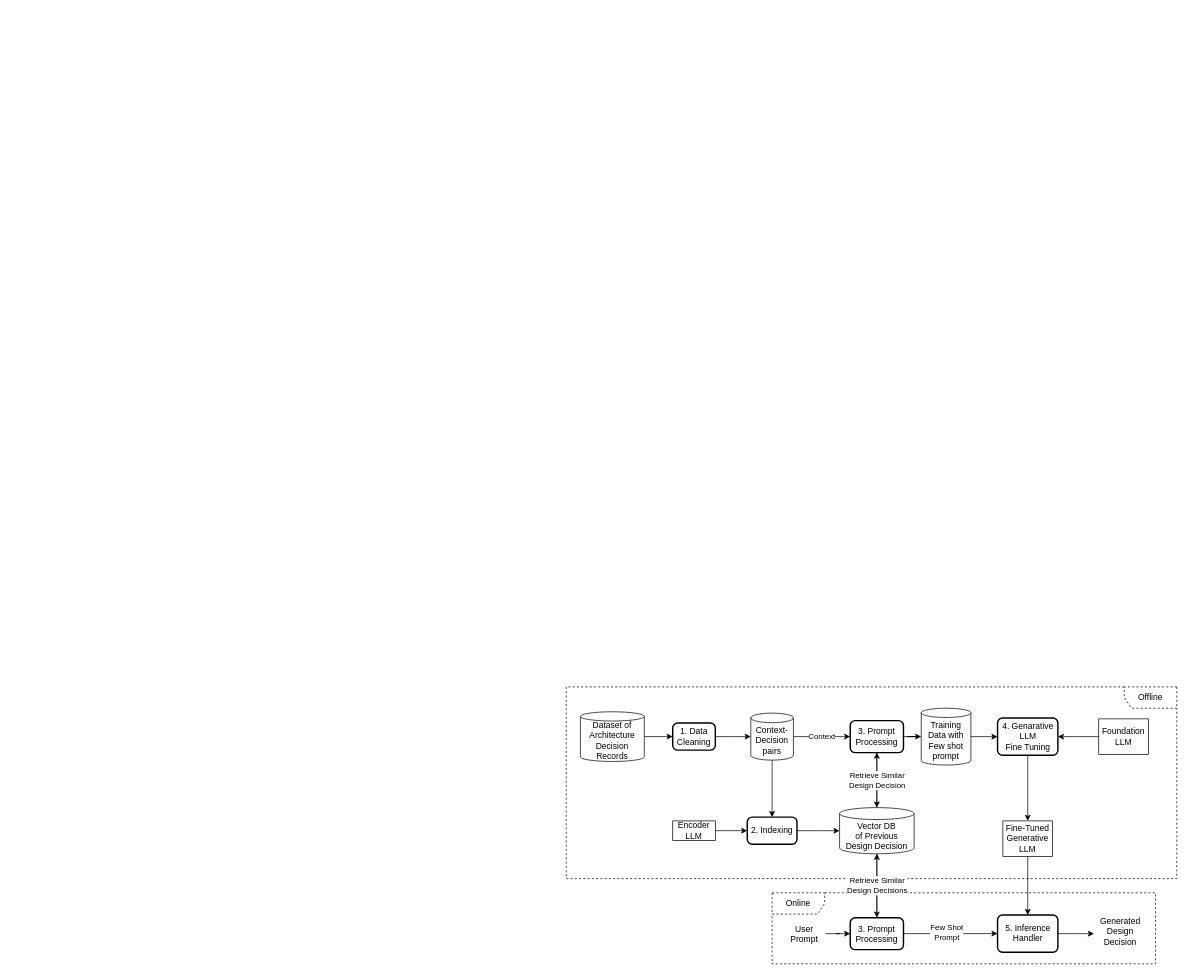
sa4s-serc/LLM4ADR keeps this draw.io diagram as Approach/Diagram/approach8.drawio. Above is the earlier version. Source tidied: cells renumbered, new cells numbered last; positions are measured from the earlier drawing's top-left corner, leaving out a move shared by most shapes. Both pictures are drawn from the tidied source at 71%, with x=0, y=0 at pixel (566, -106).
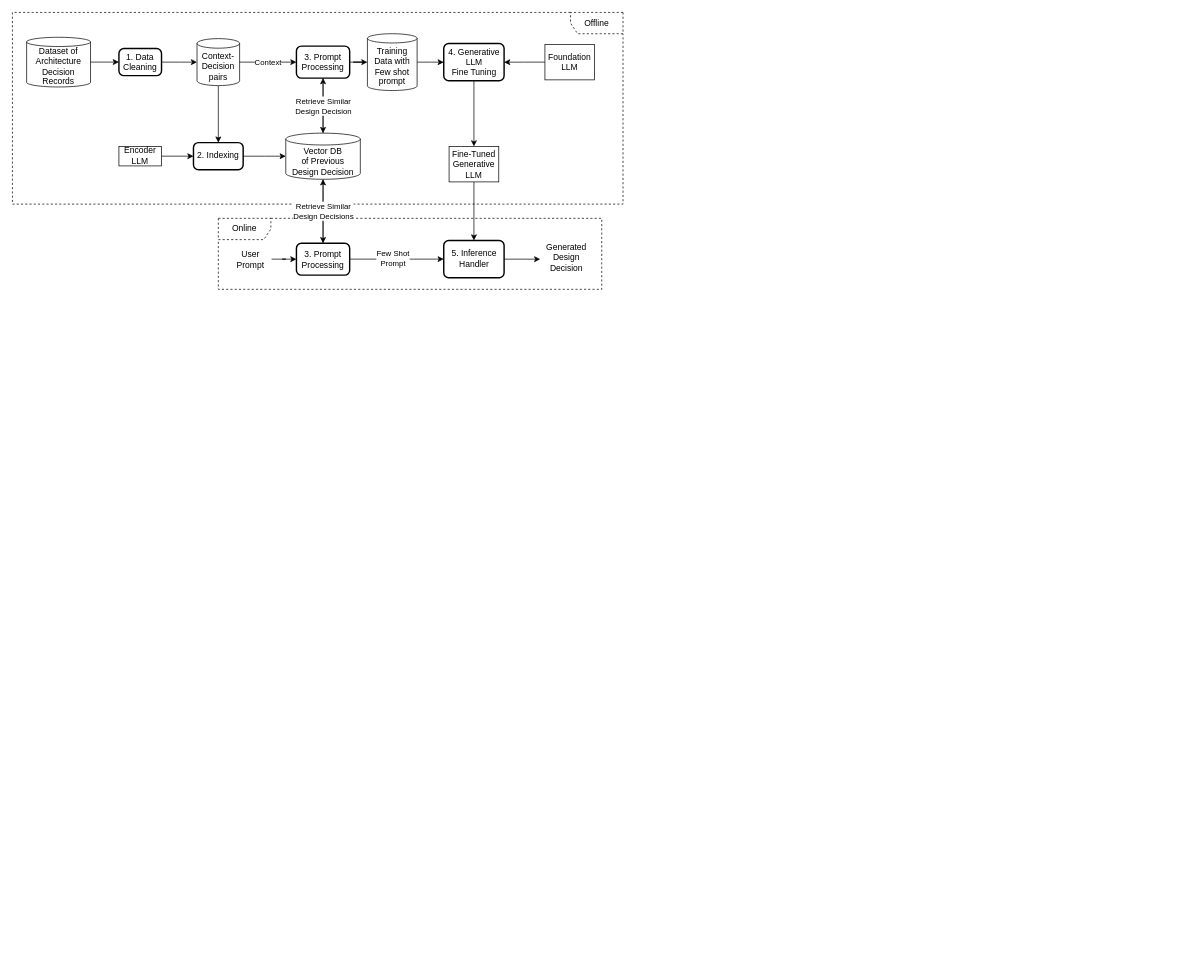
Above is the later version.

Unchanged cells that the change refers to:
```xml
<mxCell id="15" value="3. Prompt&lt;div&gt;Processing&lt;/div&gt;" style="rounded=1;whiteSpace=wrap;html=1;absoluteArcSize=1;arcSize=14;strokeWidth=2;" parent="9" vertex="1">
  <mxGeometry x="110" y="35" width="75" height="45" as="geometry" />
</mxCell>
<mxCell id="16" value="5. Inference Handler" style="rounded=1;whiteSpace=wrap;html=1;absoluteArcSize=1;arcSize=14;strokeWidth=2;" parent="9" vertex="1">
  <mxGeometry x="317.5" y="31.2" width="85" height="52.5" as="geometry" />
</mxCell>
```

Diff of the diagram source:
```diff
@@
+    <mxCell id="39" style="group;" parent="1" vertex="1">
+      <mxGeometry x="-780" y="167" width="860" height="390" as="geometry" />
+    </mxCell>
-    <mxCell id="3" style="edgeStyle=orthogonalEdgeStyle;rounded=0;jettySize=auto;html=1;" parent="1" edge="1" source="22" target="15">
+    <mxCell id="3" style="edgeStyle=orthogonalEdgeStyle;rounded=0;jettySize=auto;html=1;" parent="39" edge="1" source="22" target="15">
       <mxGeometry relative="1" as="geometry" />
     </mxCell>
-    <mxCell id="4" value="2. Indexing" style="rounded=1;whiteSpace=wrap;html=1;absoluteArcSize=1;arcSize=14;strokeWidth=2;" parent="1" vertex="1">
-      <mxGeometry x="255" y="1300.4" width="70" height="38.1" as="geometry" />
+    <mxCell id="4" value="2. Indexing" style="rounded=1;whiteSpace=wrap;html=1;absoluteArcSize=1;arcSize=14;strokeWidth=2;" parent="39" vertex="1">
+      <mxGeometry x="255" y="183.4" width="70" height="38.1" as="geometry" />
     </mxCell>
-    <mxCell id="5" style="edgeStyle=orthogonalEdgeStyle;rounded=0;jettySize=auto;html=1;" parent="1" edge="1" source="4" target="22">
+    <mxCell id="5" style="edgeStyle=orthogonalEdgeStyle;rounded=0;jettySize=auto;html=1;" parent="39" edge="1" source="4" target="22">
       <mxGeometry relative="1" as="geometry" />
     </mxCell>
-    <mxCell id="6" value="&lt;div&gt;Encoder&lt;/div&gt;&lt;div&gt;LLM&lt;/div&gt;" style="html=1;align=center;verticalAlign=middle;dashed=0;whiteSpace=wrap;" parent="1" vertex="1">
-      <mxGeometry x="150" y="1305.7" width="60" height="27.5" as="geometry" />
+    <mxCell id="6" value="&lt;div&gt;Encoder&lt;/div&gt;&lt;div&gt;LLM&lt;/div&gt;" style="html=1;align=center;verticalAlign=middle;dashed=0;whiteSpace=wrap;" parent="39" vertex="1">
+      <mxGeometry x="150" y="188.7" width="60" height="27.5" as="geometry" />
     </mxCell>
-    <mxCell id="7" style="edgeStyle=orthogonalEdgeStyle;rounded=0;jettySize=auto;html=1;" parent="1" edge="1" source="6" target="4">
+    <mxCell id="7" style="edgeStyle=orthogonalEdgeStyle;rounded=0;jettySize=auto;html=1;" parent="39" edge="1" source="6" target="4">
       <mxGeometry relative="1" as="geometry" />
     </mxCell>
-    <mxCell id="8" style="edgeStyle=orthogonalEdgeStyle;rounded=0;jettySize=auto;html=1;" parent="1" edge="1" source="24" target="4">
+    <mxCell id="8" style="edgeStyle=orthogonalEdgeStyle;rounded=0;jettySize=auto;html=1;" parent="39" edge="1" source="24" target="4">
       <mxGeometry relative="1" as="geometry" />
     </mxCell>
-    <mxCell id="9" value="&lt;div&gt;Online&lt;/div&gt;" style="shape=umlFrame;whiteSpace=wrap;html=1;width=74;dashed=1;fillColor=none;height=30;" parent="1" vertex="1">
-      <mxGeometry x="290" y="1407" width="540" height="100" as="geometry" />
+    <mxCell id="9" value="&lt;div&gt;Online&lt;/div&gt;" style="shape=umlFrame;whiteSpace=wrap;html=1;width=74;dashed=1;fillColor=none;height=30;" parent="39" vertex="1">
+      <mxGeometry x="290" y="290" width="540" height="100" as="geometry" />
     </mxCell>
@@
-    <mxCell id="18" value="&lt;div&gt;Offline&lt;/div&gt;" style="shape=umlFrame;whiteSpace=wrap;html=1;width=74;dashed=1;fillColor=none;height=30;flipH=1;" parent="1" vertex="1">
-      <mxGeometry y="1117" width="860" height="270" as="geometry" />
+    <mxCell id="18" value="&lt;div&gt;Offline&lt;/div&gt;" style="shape=umlFrame;whiteSpace=wrap;html=1;width=74;dashed=1;fillColor=none;height=30;flipH=1;" parent="39" vertex="1">
+      <mxGeometry width="860" height="270" as="geometry" />
     </mxCell>
-    <mxCell id="19" value="Retrieve Similar&lt;div&gt;Design Decisions&lt;/div&gt;" style="edgeStyle=orthogonalEdgeStyle;rounded=0;jettySize=auto;html=1;" parent="1" edge="1" source="15" target="22">
+    <mxCell id="19" value="Retrieve Similar&lt;div&gt;Design Decisions&lt;/div&gt;" style="edgeStyle=orthogonalEdgeStyle;rounded=0;jettySize=auto;html=1;" parent="39" edge="1" source="15" target="22">
       <mxGeometry relative="1" as="geometry" />
     </mxCell>
-    <mxCell id="20" style="edgeStyle=orthogonalEdgeStyle;rounded=0;jettySize=auto;html=1;entryX=0.5;entryY=0;entryDx=0;entryDy=0;" parent="1" edge="1" source="30" target="38">
+    <mxCell id="20" style="edgeStyle=orthogonalEdgeStyle;rounded=0;jettySize=auto;html=1;entryX=0.5;entryY=0;entryDx=0;entryDy=0;" parent="39" edge="1" source="30" target="38">
       <mxGeometry relative="1" as="geometry" />
     </mxCell>
-    <mxCell id="21" value="Dataset of&lt;div&gt;Architecture&lt;/div&gt;&lt;div&gt;Decision&lt;/div&gt;&lt;div&gt;Records&lt;/div&gt;" style="shape=cylinder3;whiteSpace=wrap;html=1;boundedLbl=1;backgroundOutline=1;size=6.5116093953451255;" parent="1" vertex="1">
-      <mxGeometry x="20" y="1152" width="90" height="70" as="geometry" />
+    <mxCell id="21" value="Dataset of&lt;div&gt;Architecture&lt;/div&gt;&lt;div&gt;Decision&lt;/div&gt;&lt;div&gt;Records&lt;/div&gt;" style="shape=cylinder3;whiteSpace=wrap;html=1;boundedLbl=1;backgroundOutline=1;size=6.5116093953451255;" parent="39" vertex="1">
+      <mxGeometry x="20" y="35" width="90" height="70" as="geometry" />
     </mxCell>
-    <mxCell id="22" value="Vector DB&lt;div&gt;of&amp;nbsp;&lt;span style=&quot;background-color: initial;&quot;&gt;Previous&lt;/span&gt;&lt;div&gt;&lt;div&gt;Design&amp;nbsp;&lt;span style=&quot;background-color: initial;&quot;&gt;Decision&lt;/span&gt;&lt;/div&gt;&lt;/div&gt;&lt;/div&gt;" style="shape=cylinder3;whiteSpace=wrap;html=1;boundedLbl=1;backgroundOutline=1;size=8.363479614257756;" parent="1" vertex="1">
-      <mxGeometry x="385" y="1287" width="105" height="65" as="geometry" />
+    <mxCell id="22" value="Vector DB&lt;div&gt;of&amp;nbsp;&lt;span style=&quot;background-color: initial;&quot;&gt;Previous&lt;/span&gt;&lt;div&gt;&lt;div&gt;Design&amp;nbsp;&lt;span style=&quot;background-color: initial;&quot;&gt;Decision&lt;/span&gt;&lt;/div&gt;&lt;/div&gt;&lt;/div&gt;" style="shape=cylinder3;whiteSpace=wrap;html=1;boundedLbl=1;backgroundOutline=1;size=8.363479614257756;" parent="39" vertex="1">
+      <mxGeometry x="385" y="170" width="105" height="65" as="geometry" />
     </mxCell>
-    <mxCell id="23" value="3. Prompt&lt;div&gt;Processing&lt;/div&gt;" style="rounded=1;whiteSpace=wrap;html=1;absoluteArcSize=1;arcSize=14;strokeWidth=2;" parent="1" vertex="1">
-      <mxGeometry x="400" y="1164.5" width="75" height="45" as="geometry" />
+    <mxCell id="23" value="3. Prompt&lt;div&gt;Processing&lt;/div&gt;" style="rounded=1;whiteSpace=wrap;html=1;absoluteArcSize=1;arcSize=14;strokeWidth=2;" parent="39" vertex="1">
+      <mxGeometry x="400" y="47.5" width="75" height="45" as="geometry" />
     </mxCell>
-    <mxCell id="24" value="Context-&lt;div&gt;Decision&lt;/div&gt;&lt;div&gt;pairs&lt;/div&gt;" style="shape=cylinder3;whiteSpace=wrap;html=1;boundedLbl=1;backgroundOutline=1;size=6.74307250976554;" parent="1" vertex="1">
-      <mxGeometry x="260" y="1153.9" width="60" height="66.2" as="geometry" />
+    <mxCell id="24" value="Context-&lt;div&gt;Decision&lt;/div&gt;&lt;div&gt;pairs&lt;/div&gt;" style="shape=cylinder3;whiteSpace=wrap;html=1;boundedLbl=1;backgroundOutline=1;size=6.74307250976554;" parent="39" vertex="1">
+      <mxGeometry x="260" y="36.9" width="60" height="66.2" as="geometry" />
     </mxCell>
-    <mxCell id="25" value="Context" style="edgeStyle=orthogonalEdgeStyle;rounded=0;jettySize=auto;html=1;" parent="1" edge="1" source="24" target="23">
+    <mxCell id="25" value="Context" style="edgeStyle=orthogonalEdgeStyle;rounded=0;jettySize=auto;html=1;" parent="39" edge="1" source="24" target="23">
       <mxGeometry relative="1" as="geometry" />
     </mxCell>
-    <mxCell id="26" value="1. Data&lt;div&gt;Cleaning&lt;/div&gt;" style="rounded=1;whiteSpace=wrap;html=1;absoluteArcSize=1;arcSize=14;strokeWidth=2;" parent="1" vertex="1">
-      <mxGeometry x="150" y="1167.9" width="60" height="38.1" as="geometry" />
+    <mxCell id="26" value="1. Data&lt;div&gt;Cleaning&lt;/div&gt;" style="rounded=1;whiteSpace=wrap;html=1;absoluteArcSize=1;arcSize=14;strokeWidth=2;" parent="39" vertex="1">
+      <mxGeometry x="150" y="50.9" width="60" height="38.1" as="geometry" />
     </mxCell>
-    <mxCell id="27" style="edgeStyle=orthogonalEdgeStyle;rounded=0;jettySize=auto;html=1;entryX=0;entryY=0.5;entryDx=0;entryDy=0;entryPerimeter=0;" parent="1" edge="1" source="26" target="24">
+    <mxCell id="27" style="edgeStyle=orthogonalEdgeStyle;rounded=0;jettySize=auto;html=1;entryX=0;entryY=0.5;entryDx=0;entryDy=0;entryPerimeter=0;" parent="39" edge="1" source="26" target="24">
       <mxGeometry relative="1" as="geometry" />
     </mxCell>
-    <mxCell id="28" value="Training&lt;div&gt;Data with&lt;/div&gt;&lt;div&gt;Few shot&lt;/div&gt;&lt;div&gt;prompt&lt;/div&gt;" style="shape=cylinder3;whiteSpace=wrap;html=1;boundedLbl=1;backgroundOutline=1;size=6.511596679687557;" parent="1" vertex="1">
-      <mxGeometry x="500" y="1147" width="70" height="80" as="geometry" />
+    <mxCell id="28" value="Training&lt;div&gt;Data with&lt;/div&gt;&lt;div&gt;Few shot&lt;/div&gt;&lt;div&gt;prompt&lt;/div&gt;" style="shape=cylinder3;whiteSpace=wrap;html=1;boundedLbl=1;backgroundOutline=1;size=6.511596679687557;" parent="39" vertex="1">
+      <mxGeometry x="500" y="30" width="70" height="80" as="geometry" />
     </mxCell>
-    <mxCell id="29" style="edgeStyle=orthogonalEdgeStyle;rounded=0;jettySize=auto;html=1;" parent="1" edge="1" source="23" target="28">
+    <mxCell id="29" style="edgeStyle=orthogonalEdgeStyle;rounded=0;jettySize=auto;html=1;" parent="39" edge="1" source="23" target="28">
       <mxGeometry relative="1" as="geometry" />
     </mxCell>
-    <mxCell id="30" value="4. Genarative LLM&lt;div&gt;Fine Tuning&lt;/div&gt;" style="rounded=1;whiteSpace=wrap;html=1;absoluteArcSize=1;arcSize=14;strokeWidth=2;" parent="1" vertex="1">
-      <mxGeometry x="607.5" y="1160.8" width="85" height="52.5" as="geometry" />
+    <mxCell id="30" value="4. Generative LLM&lt;div&gt;Fine Tuning&lt;/div&gt;" style="rounded=1;whiteSpace=wrap;html=1;absoluteArcSize=1;arcSize=14;strokeWidth=2;" parent="39" vertex="1">
+      <mxGeometry x="607.5" y="43.8" width="85" height="52.5" as="geometry" />
     </mxCell>
-    <mxCell id="31" style="edgeStyle=orthogonalEdgeStyle;rounded=0;jettySize=auto;html=1;" parent="1" edge="1" source="28" target="30">
+    <mxCell id="31" style="edgeStyle=orthogonalEdgeStyle;rounded=0;jettySize=auto;html=1;" parent="39" edge="1" source="28" target="30">
       <mxGeometry relative="1" as="geometry" />
     </mxCell>
-    <mxCell id="32" value="Foundation LLM" style="html=1;align=center;verticalAlign=middle;dashed=0;whiteSpace=wrap;" parent="1" vertex="1">
-      <mxGeometry x="750" y="1162" width="70" height="50" as="geometry" />
+    <mxCell id="32" value="Foundation LLM" style="html=1;align=center;verticalAlign=middle;dashed=0;whiteSpace=wrap;" parent="39" vertex="1">
+      <mxGeometry x="750" y="45" width="70" height="50" as="geometry" />
     </mxCell>
-    <mxCell id="33" style="edgeStyle=orthogonalEdgeStyle;rounded=0;jettySize=auto;html=1;" parent="1" edge="1" source="32" target="30">
+    <mxCell id="33" style="edgeStyle=orthogonalEdgeStyle;rounded=0;jettySize=auto;html=1;" parent="39" edge="1" source="32" target="30">
       <mxGeometry relative="1" as="geometry" />
     </mxCell>
-    <mxCell id="34" style="edgeStyle=orthogonalEdgeStyle;rounded=0;jettySize=auto;html=1;" parent="1" edge="1" source="22" target="23">
+    <mxCell id="34" style="edgeStyle=orthogonalEdgeStyle;rounded=0;jettySize=auto;html=1;" parent="39" edge="1" source="22" target="23">
       <mxGeometry relative="1" as="geometry" />
     </mxCell>
-    <mxCell id="35" value="Retrieve Similar&lt;div&gt;Design Decision&lt;/div&gt;" style="edgeStyle=orthogonalEdgeStyle;rounded=0;jettySize=auto;html=1;" parent="1" edge="1" source="23" target="22">
+    <mxCell id="35" value="Retrieve Similar&lt;div&gt;Design Decision&lt;/div&gt;" style="edgeStyle=orthogonalEdgeStyle;rounded=0;jettySize=auto;html=1;" parent="39" edge="1" source="23" target="22">
       <mxGeometry relative="1" as="geometry" />
     </mxCell>
-    <mxCell id="36" style="edgeStyle=orthogonalEdgeStyle;rounded=0;jettySize=auto;html=1;entryX=0;entryY=0.5;entryDx=0;entryDy=0;" parent="1" edge="1" source="21" target="26">
+    <mxCell id="36" style="edgeStyle=orthogonalEdgeStyle;rounded=0;jettySize=auto;html=1;entryX=0;entryY=0.5;entryDx=0;entryDy=0;" parent="39" edge="1" source="21" target="26">
       <mxGeometry relative="1" as="geometry" />
     </mxCell>
-    <mxCell id="37" style="edgeStyle=orthogonalEdgeStyle;rounded=0;jettySize=auto;html=1;entryX=0.5;entryY=0;entryDx=0;entryDy=0;" parent="1" edge="1" source="38" target="16">
+    <mxCell id="37" style="edgeStyle=orthogonalEdgeStyle;rounded=0;jettySize=auto;html=1;entryX=0.5;entryY=0;entryDx=0;entryDy=0;" parent="39" edge="1" source="38" target="16">
       <mxGeometry relative="1" as="geometry" />
     </mxCell>
-    <mxCell id="38" value="&lt;div&gt;Fine-Tuned&lt;/div&gt;&lt;div&gt;Generative&lt;/div&gt;&lt;div&gt;LLM&lt;/div&gt;" style="html=1;align=center;verticalAlign=middle;dashed=0;whiteSpace=wrap;" parent="1" vertex="1">
-      <mxGeometry x="615" y="1305.7" width="70" height="50" as="geometry" />
+    <mxCell id="38" value="&lt;div&gt;Fine-Tuned&lt;/div&gt;&lt;div&gt;Generative&lt;/div&gt;&lt;div&gt;LLM&lt;/div&gt;" style="html=1;align=center;verticalAlign=middle;dashed=0;whiteSpace=wrap;" parent="39" vertex="1">
+      <mxGeometry x="615" y="188.7" width="70" height="50" as="geometry" />
     </mxCell>
```
